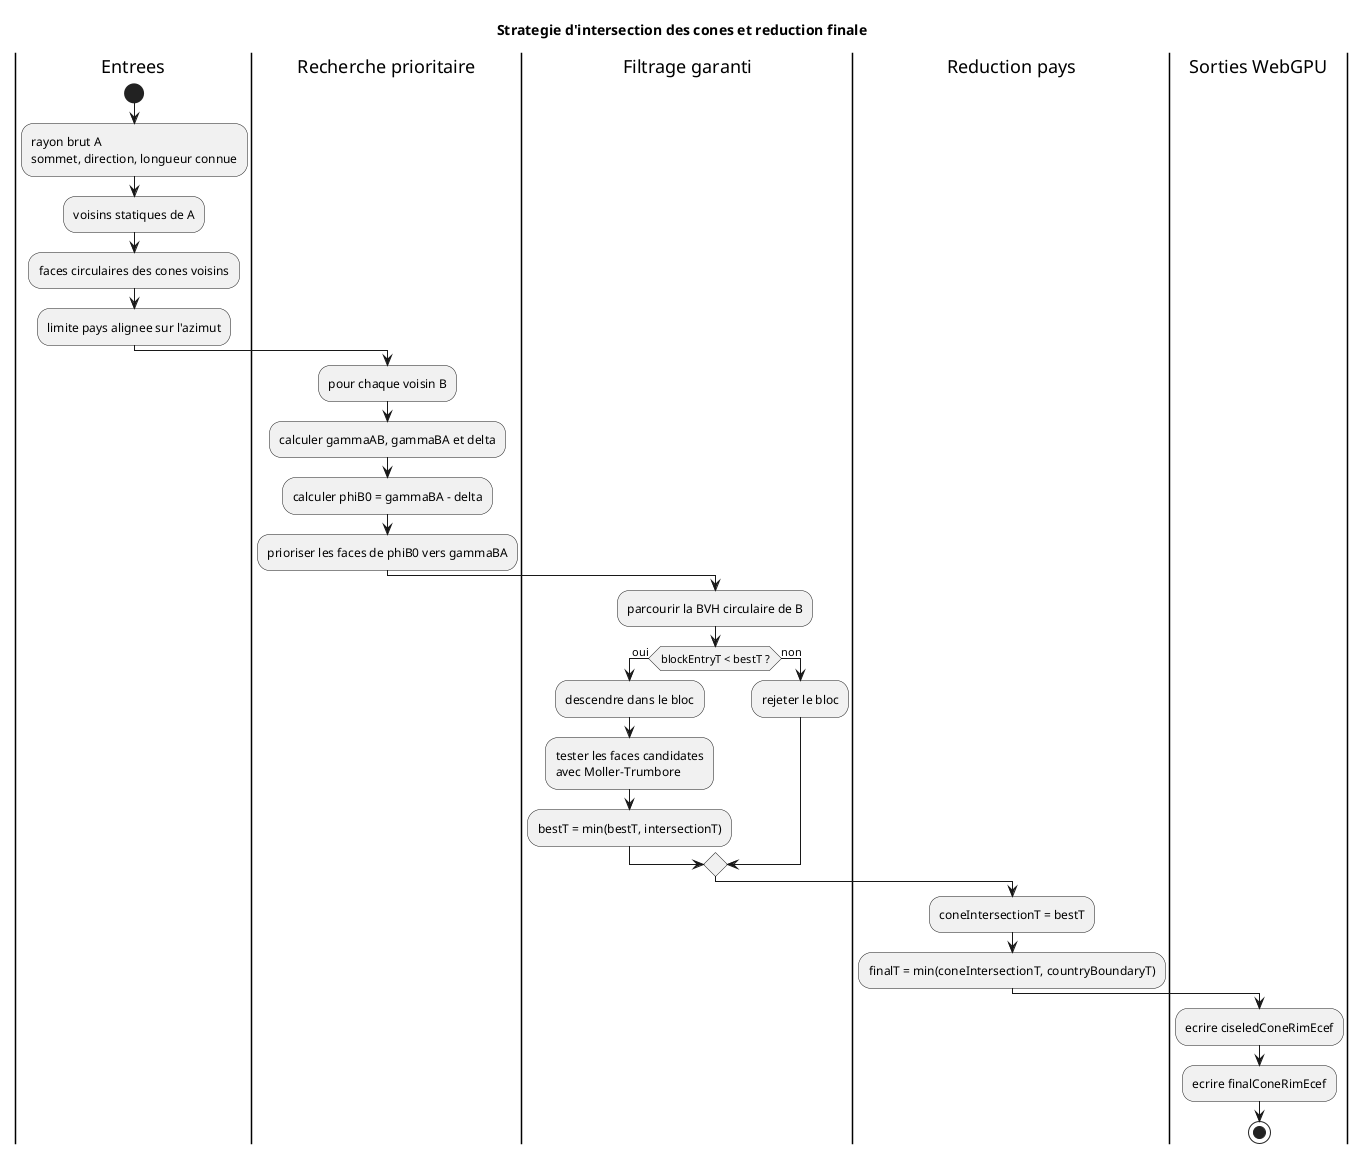
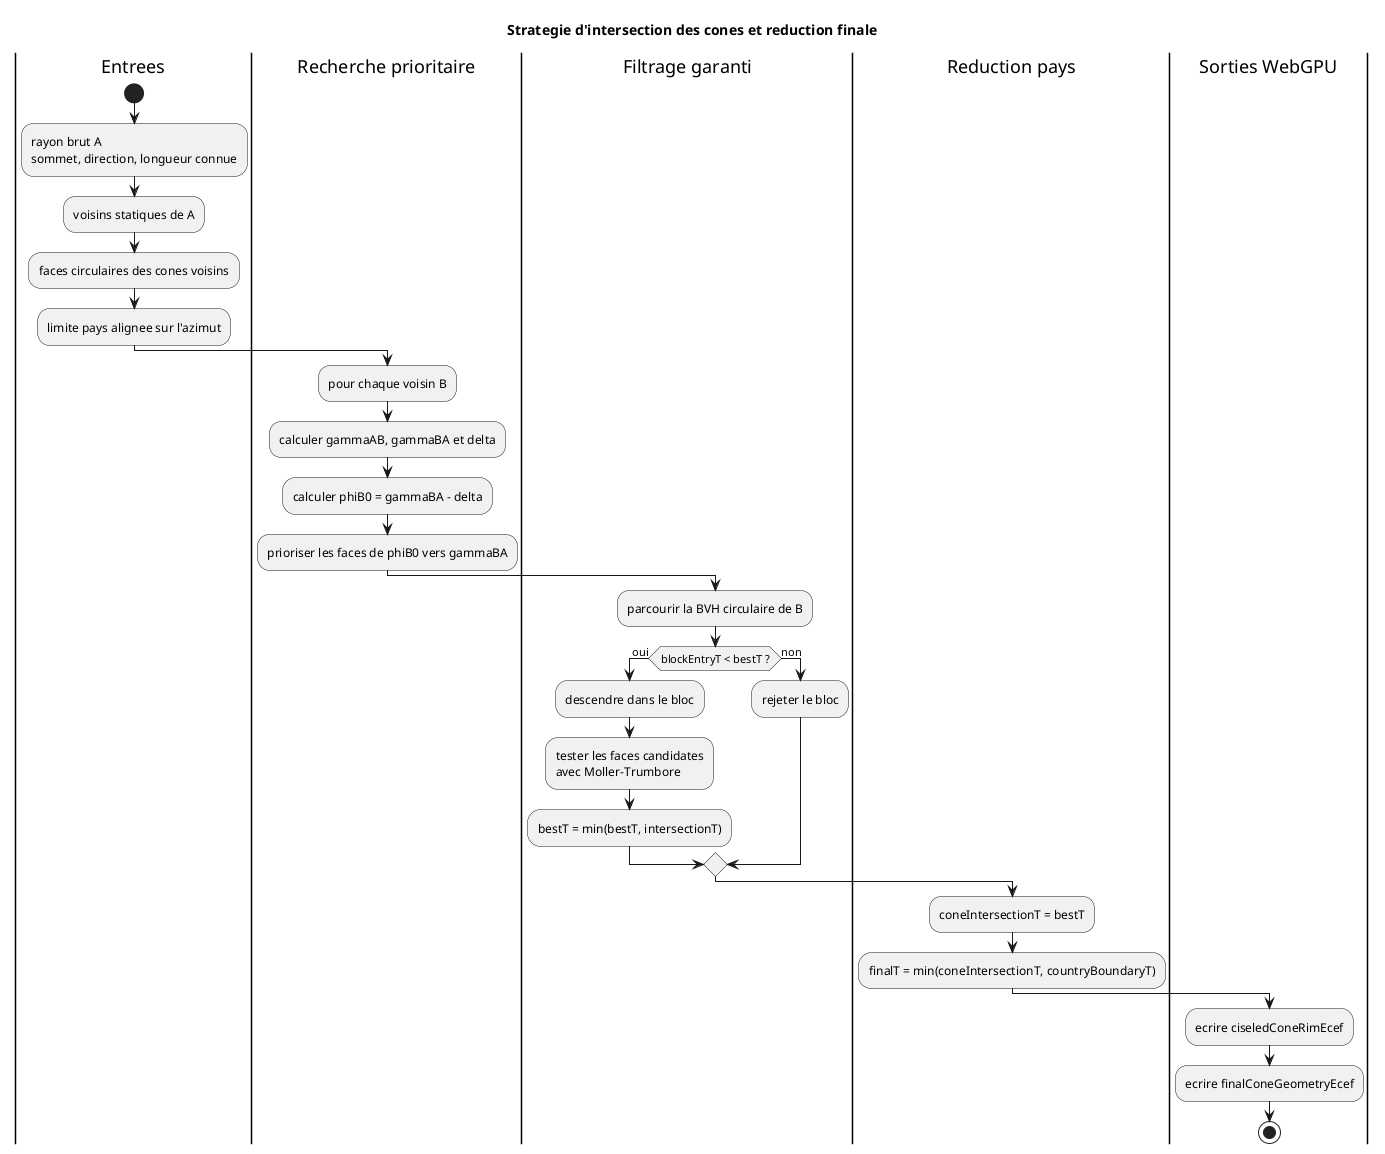
@startuml
title Strategie d'intersection des cones et reduction finale

|Entrees|
start
:rayon brut A\nsommet, direction, longueur connue;
:voisins statiques de A;
:faces circulaires des cones voisins;
:limite pays alignee sur l'azimut;

|Recherche prioritaire|
:pour chaque voisin B;
:calculer gammaAB, gammaBA et delta;
:calculer phiB0 = gammaBA - delta;
:prioriser les faces de phiB0 vers gammaBA;

|Filtrage garanti|
:parcourir la BVH circulaire de B;
if (blockEntryT < bestT ?) then (oui)
  :descendre dans le bloc;
  :tester les faces candidates\navec Moller-Trumbore;
  :bestT = min(bestT, intersectionT);
else (non)
  :rejeter le bloc;
endif

|Reduction pays|
:coneIntersectionT = bestT;
:finalT = min(coneIntersectionT, countryBoundaryT);

|Sorties WebGPU|
:ecrire ciseledConeRimEcef;
- :ecrire finalConeRimEcef;
+ :ecrire finalConeGeometryEcef;
stop
@enduml
